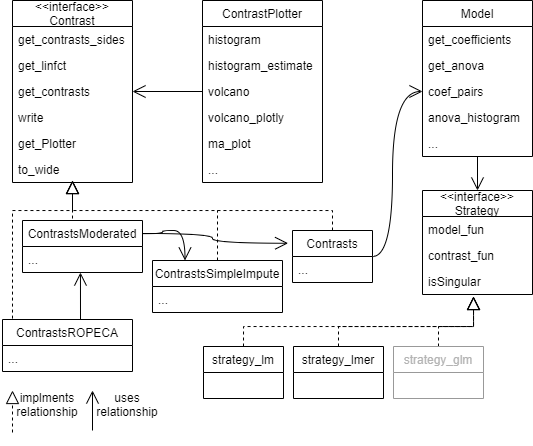
The draw.io diagram inst/MyArticle/ContrastUML.png in fgcz/prolfqua, before a commit. Source tidied: cells renumbered, new cells last; positions are measured from the earlier drawing's top-left corner, leaving out a move shared by most shapes.
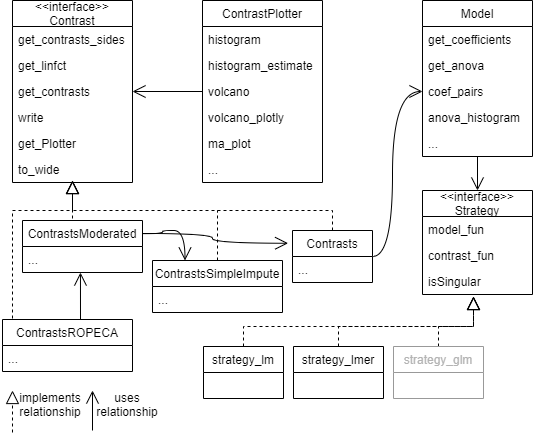
The same file after the commit.

Change to the diagram source:
```diff
@@ -180,8 +180,8 @@
         <mxPoint x="10" y="390" as="targetPoint" />
       </mxGeometry>
     </mxCell>
-    <mxCell id="51" value="implments&lt;br&gt;relationship" style="text;html=1;strokeColor=none;fillColor=none;align=center;verticalAlign=middle;whiteSpace=wrap;rounded=0;" parent="1" vertex="1">
-      <mxGeometry x="10" y="394" width="70" height="20" as="geometry" />
+    <mxCell id="51" value="implements&lt;br&gt;relationship" style="text;html=1;strokeColor=none;fillColor=none;align=center;verticalAlign=middle;whiteSpace=wrap;rounded=0;" parent="1" vertex="1">
+      <mxGeometry x="13" y="394" width="70" height="20" as="geometry" />
     </mxCell>
     <mxCell id="52" style="endArrow=open;html=1;fontColor=#000000;startSize=12;endSize=11;endFill=0;" parent="1" edge="1">
       <mxGeometry relative="1" as="geometry">
```
